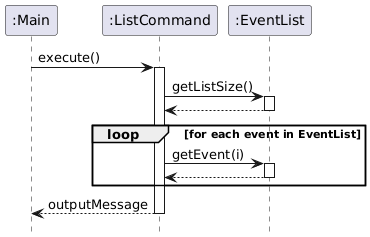
Above: docs/images/ListCommandSequenceDiagram.png in nus-cs2113-AY2425S1/tp (PlantUML), before the change. Source of this version:
```plantuml
@startuml
hide footbox

participant ":Main" as Main
participant ":ListCommand" as ListCommand
participant ":EventList" as EventList

Main -> ListCommand:  execute()
activate ListCommand


ListCommand -> EventList : getListSize()
activate EventList
EventList --> ListCommand
deactivate EventList

loop for each event in EventList
    ListCommand -> EventList : getEvent(i)
    activate EventList
    EventList --> ListCommand
    deactivate EventList
end loop

ListCommand --> Main : outputMessage
deactivate ListCommand


deactivate Main
@enduml
```
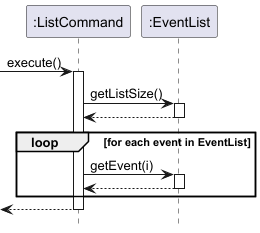
The same diagram one commit later.

Change to the diagram source:
```diff
@@ -1,11 +1,10 @@
 @startuml
 hide footbox
 
-participant ":Main" as Main
 participant ":ListCommand" as ListCommand
 participant ":EventList" as EventList
 
-Main -> ListCommand:  execute()
+[-> ListCommand: execute()
 activate ListCommand
 
 
@@ -21,9 +20,6 @@
     deactivate EventList
 end loop
 
-ListCommand --> Main : outputMessage
-deactivate ListCommand
+return
 
-
-deactivate Main
 @enduml
```
